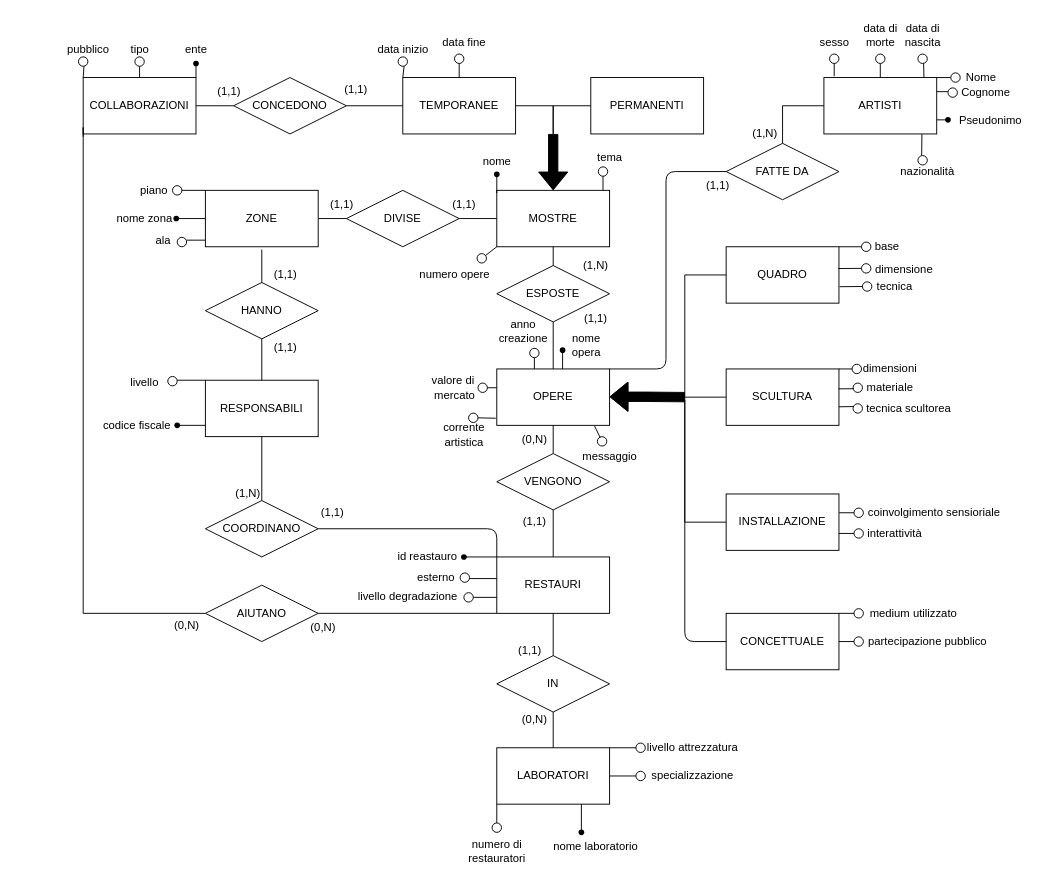
This is Museo.drawio from ColdBerri/Database-Unipd-2025, a draw.io file, before an edit. Source tidied: cells renumbered, new cells numbered last; positions are measured from the earlier drawing's top-left corner, leaving out a move shared by most shapes. Both pictures are drawn from the tidied source at 94%, with x=0, y=0 at pixel (55, 16).
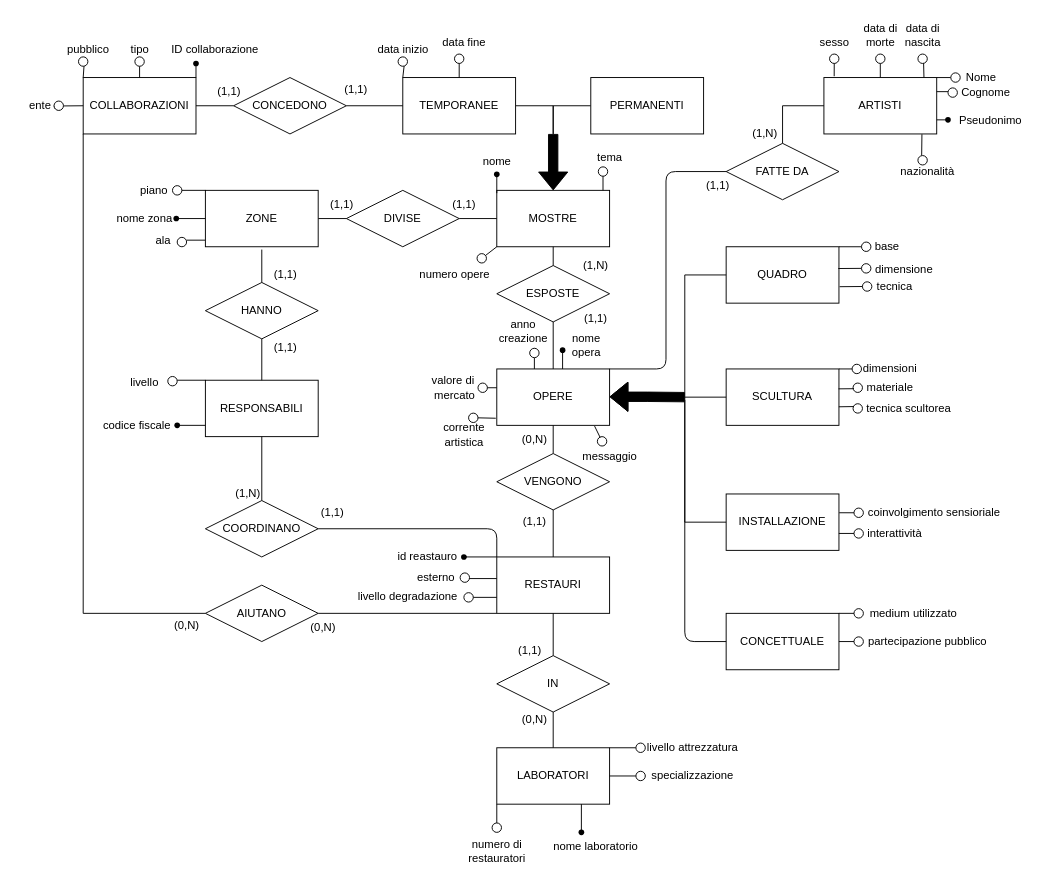
The same page after the edit.

Commit message (it also covers changes not shown here):
aggiunto ID collaborazione all'er

The change refers to these unchanged cells:
```xml
<mxCell id="37" value="COLLABORAZIONI" style="rounded=0;whiteSpace=wrap;html=1;" parent="1" vertex="1">
  <mxGeometry x="30" y="65" width="120" height="60" as="geometry" />
</mxCell>
<mxCell id="39" value="AIUTANO" style="rhombus;whiteSpace=wrap;html=1;" parent="1" vertex="1">
  <mxGeometry x="160" y="605" width="120" height="60" as="geometry" />
</mxCell>
```

The edit, as a diff of the source:
```diff
@@
-    <mxCell id="38" style="endArrow=none;html=1;rounded=0;exitX=0;exitY=0.5;exitDx=0;exitDy=0;" parent="1" edge="1" source="39">
+    <mxCell id="38" style="endArrow=none;html=1;rounded=0;exitX=0;exitY=0.5;exitDx=0;exitDy=0;entryX=0;entryY=1;entryDx=0;entryDy=0;" parent="1" edge="1" source="39" target="37">
       <mxGeometry relative="1" as="geometry">
-        <mxPoint x="30" y="128" as="targetPoint" />
         <Array as="points">
           <mxPoint x="30" y="635" />
-          <mxPoint x="30" y="118" />
         </Array>
       </mxGeometry>
     </mxCell>
@@
     <mxCell id="136" value="ente" style="text;html=1;align=center;verticalAlign=middle;strokeColor=none;fillColor=none;" parent="1" vertex="1">
-      <mxGeometry x="125" y="20" width="50" height="30" as="geometry" />
+      <mxGeometry x="-41" y="80" width="50" height="30" as="geometry" />
     </mxCell>
@@
+    <mxCell id="209" style="endArrow=none;html=1;entryX=0;entryY=0.5;entryDx=0;entryDy=0;startArrow=none;" parent="1" edge="1" source="211" target="37">
+      <mxGeometry relative="1" as="geometry" />
+    </mxCell>
+    <mxCell id="210" style="endArrow=none;html=1;entryX=0;entryY=0.5;entryDx=0;entryDy=0;" parent="1" edge="1" target="211">
+      <mxGeometry relative="1" as="geometry">
+        <mxPoint y="98" as="sourcePoint" />
+      </mxGeometry>
+    </mxCell>
+    <mxCell id="211" style="ellipse;whiteSpace=wrap;html=1;" parent="1" vertex="1">
+      <mxGeometry x="-1" y="90" width="10" height="10" as="geometry" />
+    </mxCell>
+    <mxCell id="212" value="ID collaborazione" style="text;html=1;align=center;verticalAlign=middle;strokeColor=none;fillColor=none;" parent="1" vertex="1">
+      <mxGeometry x="110" y="20" width="120" height="30" as="geometry" />
+    </mxCell>
```
